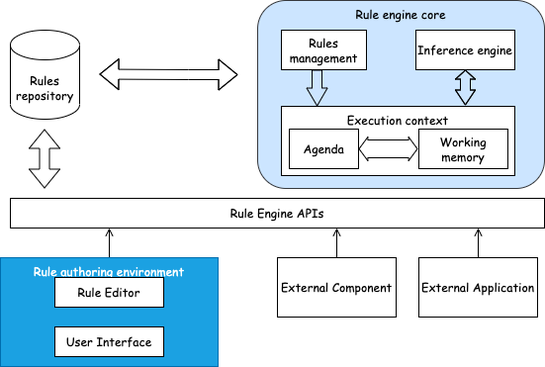
The draw.io diagram ruleEngineArchitecture.drawio.png in TechChaLife/rule, before a commit. Source tidied: cells renumbered, new cells last; positions are measured from the earlier drawing's top-left corner, leaving out a move shared by most shapes. Source of this version:
```xml
<mxGraphModel>
  <root>
    <mxCell id="0" />
    <mxCell id="1" parent="0" />
    <mxCell id="2" value="Rules repository" style="shape=cylinder3;whiteSpace=wrap;html=1;boundedLbl=1;backgroundOutline=1;size=15;fontFamily=Comic Sans MS;" parent="1" vertex="1">
      <mxGeometry x="10" y="30" width="70" height="90" as="geometry" />
    </mxCell>
    <mxCell id="3" style="shape=flexArrow;endArrow=classic;startArrow=classic;html=1;rounded=0;fontFamily=Comic Sans MS;" parent="1" edge="1">
      <mxGeometry relative="1" as="geometry">
        <mxPoint x="100" y="74.5" as="sourcePoint" />
        <mxPoint x="240" y="75" as="targetPoint" />
        <Array as="points">
          <mxPoint x="190" y="75" />
        </Array>
      </mxGeometry>
    </mxCell>
    <mxCell id="4" value="Rule engine core" style="rounded=1;whiteSpace=wrap;html=1;verticalAlign=top;fillColor=#cce5ff;strokeColor=#36393d;fontFamily=Comic Sans MS;" parent="1" vertex="1">
      <mxGeometry x="260" width="290" height="190" as="geometry" />
    </mxCell>
    <mxCell id="5" value="Rules management" style="rounded=0;whiteSpace=wrap;html=1;fontFamily=Comic Sans MS;" parent="1" vertex="1">
      <mxGeometry x="284" y="30" width="86" height="40" as="geometry" />
    </mxCell>
    <mxCell id="6" value="Inference engine" style="rounded=0;whiteSpace=wrap;html=1;fontFamily=Comic Sans MS;" parent="1" vertex="1">
      <mxGeometry x="420" y="30" width="100" height="40" as="geometry" />
    </mxCell>
    <mxCell id="7" value="Execution context" style="rounded=0;whiteSpace=wrap;html=1;verticalAlign=top;fontFamily=Comic Sans MS;" parent="1" vertex="1">
      <mxGeometry x="284" y="107" width="236" height="70" as="geometry" />
    </mxCell>
    <mxCell id="8" value="Agenda" style="rounded=0;whiteSpace=wrap;html=1;fontFamily=Comic Sans MS;" parent="1" vertex="1">
      <mxGeometry x="292" y="130" width="70" height="40" as="geometry" />
    </mxCell>
    <mxCell id="9" value="Working memory" style="rounded=0;whiteSpace=wrap;html=1;fontFamily=Comic Sans MS;" parent="1" vertex="1">
      <mxGeometry x="423" y="130" width="90" height="40" as="geometry" />
    </mxCell>
    <mxCell id="10" style="shape=flexArrow;endArrow=classic;html=1;rounded=0;entryX=0.153;entryY=-0.029;entryDx=0;entryDy=0;entryPerimeter=0;endWidth=10;endSize=5.65;fontFamily=Comic Sans MS;" parent="1" edge="1">
      <mxGeometry relative="1" as="geometry">
        <mxPoint x="320" y="70" as="sourcePoint" />
        <mxPoint x="320.1" y="107" as="targetPoint" />
      </mxGeometry>
    </mxCell>
    <mxCell id="11" style="shape=flexArrow;endArrow=classic;startArrow=classic;html=1;rounded=0;endWidth=9;endSize=2.67;startWidth=9;startSize=4.67;exitX=0.788;exitY=-0.014;exitDx=0;exitDy=0;exitPerimeter=0;fontFamily=Comic Sans MS;" parent="1" edge="1" source="7">
      <mxGeometry relative="1" as="geometry">
        <mxPoint x="470" y="70" as="targetPoint" />
        <Array as="points">
          <mxPoint x="470" y="90" />
        </Array>
      </mxGeometry>
    </mxCell>
    <mxCell id="12" style="shape=flexArrow;endArrow=classic;startArrow=classic;html=1;rounded=0;startWidth=5;startSize=2.63;endWidth=5;endSize=2.63;width=18;fontFamily=Comic Sans MS;" parent="1" edge="1">
      <mxGeometry relative="1" as="geometry">
        <mxPoint x="362" y="150" as="sourcePoint" />
        <mxPoint x="422" y="150" as="targetPoint" />
      </mxGeometry>
    </mxCell>
    <mxCell id="13" value="Rule Engine APIs" style="rounded=0;whiteSpace=wrap;html=1;fontFamily=Comic Sans MS;" parent="1" vertex="1">
      <mxGeometry x="10" y="200" width="540" height="30" as="geometry" />
    </mxCell>
    <mxCell id="14" style="shape=flexArrow;endArrow=classic;startArrow=classic;html=1;rounded=0;fontFamily=Comic Sans MS;" parent="1" edge="1">
      <mxGeometry relative="1" as="geometry">
        <mxPoint x="44.5" y="190" as="sourcePoint" />
        <mxPoint x="44.5" y="130" as="targetPoint" />
      </mxGeometry>
    </mxCell>
    <mxCell id="15" style="edgeStyle=orthogonalEdgeStyle;rounded=0;jettySize=auto;html=1;endArrow=open;endFill=0;fontFamily=Comic Sans MS;" parent="1" edge="1" source="16">
      <mxGeometry relative="1" as="geometry">
        <mxPoint x="110" y="230" as="targetPoint" />
      </mxGeometry>
    </mxCell>
    <mxCell id="16" value="Rule authoring environment" style="rounded=0;whiteSpace=wrap;html=1;verticalAlign=top;fillColor=#1ba1e2;fontColor=#ffffff;strokeColor=#006EAF;fontFamily=Comic Sans MS;" parent="1" vertex="1">
      <mxGeometry y="260" width="220" height="110" as="geometry" />
    </mxCell>
    <mxCell id="17" value="Rule Editor" style="rounded=0;whiteSpace=wrap;html=1;fontFamily=Comic Sans MS;" parent="1" vertex="1">
      <mxGeometry x="55" y="280" width="110" height="30" as="geometry" />
    </mxCell>
    <mxCell id="18" value="User Interface" style="rounded=0;whiteSpace=wrap;html=1;fontFamily=Comic Sans MS;" parent="1" vertex="1">
      <mxGeometry x="55" y="330" width="110" height="30" as="geometry" />
    </mxCell>
    <mxCell id="19" style="edgeStyle=orthogonalEdgeStyle;rounded=0;jettySize=auto;html=1;endArrow=open;endFill=0;fontFamily=Comic Sans MS;" parent="1" edge="1" source="20">
      <mxGeometry relative="1" as="geometry">
        <mxPoint x="340" y="230" as="targetPoint" />
      </mxGeometry>
    </mxCell>
    <mxCell id="20" value="External Component" style="rounded=0;whiteSpace=wrap;html=1;fontFamily=Comic Sans MS;" parent="1" vertex="1">
      <mxGeometry x="280" y="260" width="120" height="60" as="geometry" />
    </mxCell>
    <mxCell id="21" style="edgeStyle=orthogonalEdgeStyle;rounded=0;jettySize=auto;html=1;endArrow=open;endFill=0;entryX=0.876;entryY=1;entryDx=0;entryDy=0;entryPerimeter=0;fontFamily=Comic Sans MS;" parent="1" edge="1" source="22" target="13">
      <mxGeometry relative="1" as="geometry" />
    </mxCell>
    <mxCell id="22" value="External Application" style="rounded=0;whiteSpace=wrap;html=1;fontFamily=Comic Sans MS;" parent="1" vertex="1">
      <mxGeometry x="423" y="260" width="120" height="60" as="geometry" />
    </mxCell>
  </root>
</mxGraphModel>
```
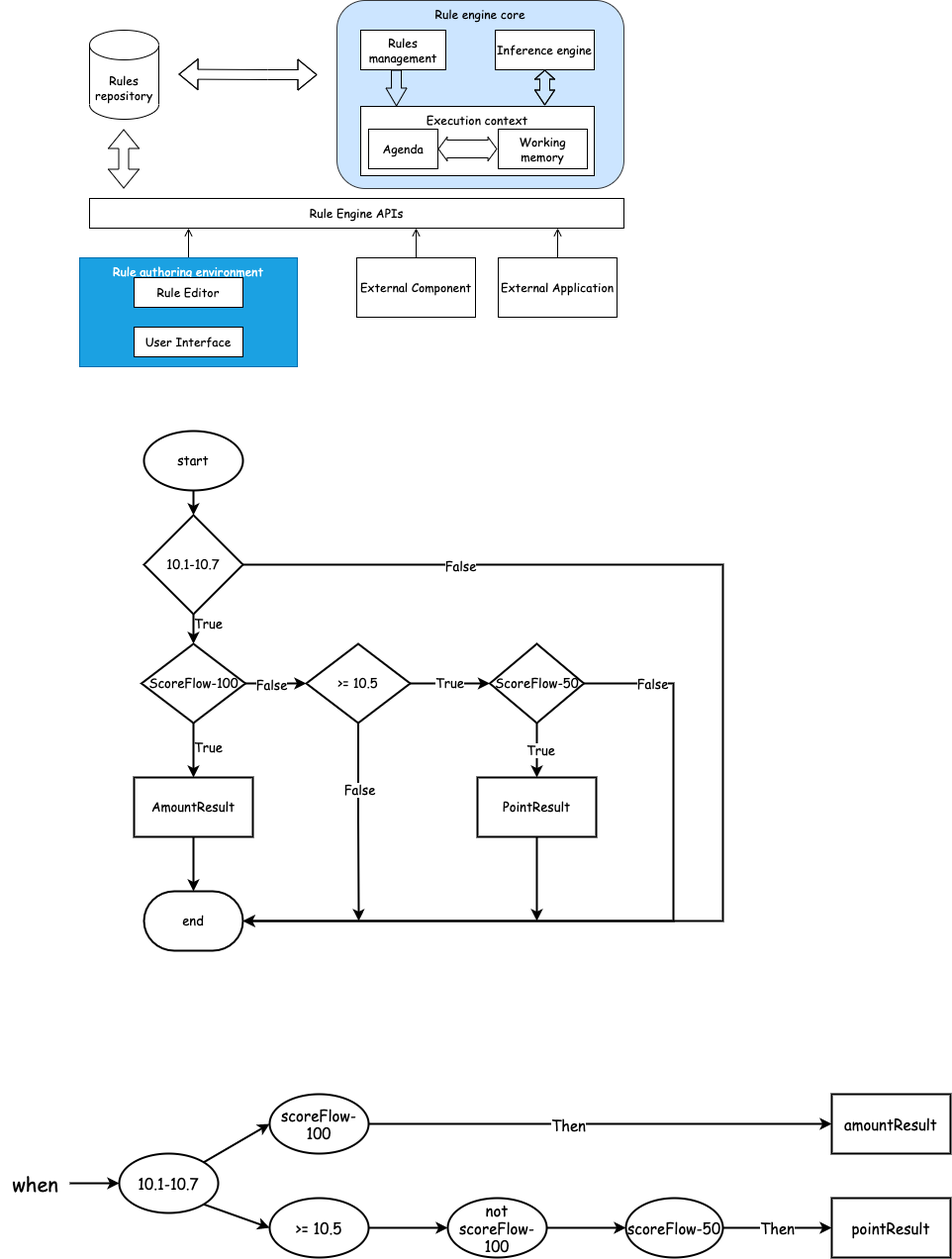
Above is the later version.

Change to the diagram source:
```diff
@@ -89,5 +89,157 @@
     <mxCell id="22" value="External Application" style="rounded=0;whiteSpace=wrap;html=1;fontFamily=Comic Sans MS;" parent="1" vertex="1">
       <mxGeometry x="423" y="260" width="120" height="60" as="geometry" />
     </mxCell>
+    <mxCell id="23" style="edgeStyle=orthogonalEdgeStyle;rounded=0;jettySize=auto;html=1;strokeWidth=2;fontFamily=Comic Sans MS;fontSize=13;fontStyle=0;" parent="1" edge="1" source="24" target="43">
+      <mxGeometry relative="1" as="geometry" />
+    </mxCell>
+    <mxCell id="24" value="start" style="strokeWidth=2;html=1;shape=mxgraph.flowchart.start_1;whiteSpace=wrap;fontFamily=Comic Sans MS;fontSize=13;fontStyle=0;" parent="1" vertex="1">
+      <mxGeometry x="65" y="435" width="100" height="60" as="geometry" />
+    </mxCell>
+    <mxCell id="25" style="edgeStyle=orthogonalEdgeStyle;rounded=0;jettySize=auto;html=1;fontFamily=Comic Sans MS;strokeWidth=2;fontSize=13;fontStyle=0;" parent="1" edge="1" source="28" target="30">
+      <mxGeometry relative="1" as="geometry" />
+    </mxCell>
+    <mxCell id="26" style="edgeStyle=orthogonalEdgeStyle;rounded=0;jettySize=auto;html=1;strokeWidth=2;fontFamily=Comic Sans MS;fontSize=13;fontStyle=0;" parent="1" edge="1" source="28" target="48">
+      <mxGeometry relative="1" as="geometry" />
+    </mxCell>
+    <mxCell id="27" value="False" style="edgeLabel;html=1;align=center;verticalAlign=middle;fontFamily=Comic Sans MS;fontSize=13;fontStyle=0;" parent="26" vertex="1">
+      <mxGeometry x="-0.18" relative="1" as="geometry">
+        <mxPoint x="1" y="1" as="offset" />
+      </mxGeometry>
+    </mxCell>
+    <mxCell id="28" value="ScoreFlow-100" style="rhombus;whiteSpace=wrap;html=1;fontFamily=Comic Sans MS;strokeWidth=2;fontSize=13;fontStyle=0;" parent="1" vertex="1">
+      <mxGeometry x="62.5" y="650" width="105" height="80" as="geometry" />
+    </mxCell>
+    <mxCell id="29" style="edgeStyle=orthogonalEdgeStyle;rounded=0;jettySize=auto;html=1;strokeWidth=2;fontFamily=Comic Sans MS;fontSize=13;fontStyle=0;" parent="1" edge="1" source="30" target="32">
+      <mxGeometry relative="1" as="geometry" />
+    </mxCell>
+    <mxCell id="30" value="AmountResult" style="whiteSpace=wrap;html=1;fontFamily=Comic Sans MS;strokeWidth=2;fontSize=13;fontStyle=0;" parent="1" vertex="1">
+      <mxGeometry x="55" y="785" width="120" height="60" as="geometry" />
+    </mxCell>
+    <mxCell id="31" value="True" style="text;html=1;align=center;verticalAlign=middle;strokeColor=none;fillColor=none;fontFamily=Comic Sans MS;fontSize=13;fontStyle=0;" parent="1" vertex="1">
+      <mxGeometry x="105" y="740" width="50" height="30" as="geometry" />
+    </mxCell>
+    <mxCell id="32" value="end" style="strokeWidth=2;html=1;shape=mxgraph.flowchart.terminator;whiteSpace=wrap;fontFamily=Comic Sans MS;fontSize=13;fontStyle=0;" parent="1" vertex="1">
+      <mxGeometry x="65" y="900" width="100" height="60" as="geometry" />
+    </mxCell>
+    <mxCell id="33" style="edgeStyle=orthogonalEdgeStyle;rounded=0;jettySize=auto;html=1;exitX=1;exitY=0.5;exitDx=0;exitDy=0;entryX=1;entryY=0.5;entryDx=0;entryDy=0;entryPerimeter=0;strokeWidth=2;fontFamily=Comic Sans MS;fontSize=13;fontStyle=0;" parent="1" edge="1" source="37" target="32">
+      <mxGeometry relative="1" as="geometry">
+        <Array as="points">
+          <mxPoint x="600" y="690" />
+          <mxPoint x="600" y="930" />
+        </Array>
+      </mxGeometry>
+    </mxCell>
+    <mxCell id="34" value="False" style="edgeLabel;html=1;align=center;verticalAlign=middle;fontFamily=Comic Sans MS;fontSize=13;fontStyle=0;" parent="33" vertex="1">
+      <mxGeometry x="-0.82" y="1" relative="1" as="geometry">
+        <mxPoint y="1" as="offset" />
+      </mxGeometry>
+    </mxCell>
+    <mxCell id="35" style="edgeStyle=orthogonalEdgeStyle;rounded=0;jettySize=auto;html=1;strokeWidth=2;fontFamily=Comic Sans MS;fontSize=13;fontStyle=0;" parent="1" edge="1" source="37" target="39">
+      <mxGeometry relative="1" as="geometry" />
+    </mxCell>
+    <mxCell id="36" value="True" style="edgeLabel;html=1;align=center;verticalAlign=middle;fontFamily=Comic Sans MS;fontSize=13;fontStyle=0;" parent="35" vertex="1">
+      <mxGeometry x="-0.04" y="3" relative="1" as="geometry">
+        <mxPoint y="1" as="offset" />
+      </mxGeometry>
+    </mxCell>
+    <mxCell id="37" value="ScoreFlow-50" style="rhombus;whiteSpace=wrap;html=1;fontFamily=Comic Sans MS;strokeWidth=2;fontSize=13;fontStyle=0;" parent="1" vertex="1">
+      <mxGeometry x="414.5" y="650" width="95" height="80" as="geometry" />
+    </mxCell>
+    <mxCell id="38" style="edgeStyle=orthogonalEdgeStyle;rounded=0;jettySize=auto;html=1;exitX=0.5;exitY=1;exitDx=0;exitDy=0;strokeWidth=2;fontFamily=Comic Sans MS;fontSize=13;fontStyle=0;" parent="1" edge="1" source="39">
+      <mxGeometry relative="1" as="geometry">
+        <mxPoint x="462" y="930" as="targetPoint" />
+      </mxGeometry>
+    </mxCell>
+    <mxCell id="39" value="PointResult" style="whiteSpace=wrap;html=1;fontFamily=Comic Sans MS;strokeWidth=2;fontSize=13;fontStyle=0;" parent="1" vertex="1">
+      <mxGeometry x="402" y="785" width="120" height="60" as="geometry" />
+    </mxCell>
+    <mxCell id="40" style="edgeStyle=orthogonalEdgeStyle;rounded=0;jettySize=auto;html=1;strokeWidth=2;fontFamily=Comic Sans MS;fontSize=13;fontStyle=0;" parent="1" edge="1" source="43" target="28">
+      <mxGeometry relative="1" as="geometry" />
+    </mxCell>
+    <mxCell id="41" style="edgeStyle=orthogonalEdgeStyle;rounded=0;jettySize=auto;html=1;exitX=1;exitY=0.5;exitDx=0;exitDy=0;exitPerimeter=0;entryX=1;entryY=0.5;entryDx=0;entryDy=0;entryPerimeter=0;strokeWidth=2;fontFamily=Comic Sans MS;fontSize=13;fontStyle=0;" parent="1" edge="1" source="43" target="32">
+      <mxGeometry relative="1" as="geometry">
+        <Array as="points">
+          <mxPoint x="650" y="570" />
+          <mxPoint x="650" y="930" />
+        </Array>
+      </mxGeometry>
+    </mxCell>
+    <mxCell id="42" value="False" style="edgeLabel;html=1;align=center;verticalAlign=middle;fontFamily=Comic Sans MS;fontSize=13;fontStyle=0;" parent="41" vertex="1">
+      <mxGeometry x="-0.67" relative="1" as="geometry">
+        <mxPoint y="1" as="offset" />
+      </mxGeometry>
+    </mxCell>
+    <mxCell id="43" value="10.1-10.7" style="strokeWidth=2;html=1;shape=mxgraph.flowchart.decision;whiteSpace=wrap;fontFamily=Comic Sans MS;fontSize=13;fontStyle=0;" parent="1" vertex="1">
+      <mxGeometry x="65" y="520" width="100" height="100" as="geometry" />
+    </mxCell>
+    <mxCell id="44" value="True" style="text;html=1;align=center;verticalAlign=middle;strokeColor=none;fillColor=none;fontFamily=Comic Sans MS;fontSize=13;fontStyle=0;" parent="1" vertex="1">
+      <mxGeometry x="105" y="615" width="50" height="30" as="geometry" />
+    </mxCell>
+    <mxCell id="45" value="True" style="edgeStyle=orthogonalEdgeStyle;rounded=0;jettySize=auto;html=1;strokeWidth=2;fontFamily=Comic Sans MS;fontSize=13;fontStyle=0;" parent="1" edge="1" source="48" target="37">
+      <mxGeometry relative="1" as="geometry" />
+    </mxCell>
+    <mxCell id="46" style="edgeStyle=orthogonalEdgeStyle;rounded=0;jettySize=auto;html=1;exitX=0.5;exitY=1;exitDx=0;exitDy=0;strokeWidth=2;fontFamily=Comic Sans MS;fontSize=13;fontStyle=0;" parent="1" edge="1" source="48">
+      <mxGeometry relative="1" as="geometry">
+        <mxPoint x="282" y="930" as="targetPoint" />
+      </mxGeometry>
+    </mxCell>
+    <mxCell id="47" value="False" style="edgeLabel;html=1;align=center;verticalAlign=middle;fontFamily=Comic Sans MS;fontSize=13;fontStyle=0;" parent="46" vertex="1">
+      <mxGeometry x="-0.34" y="1" relative="1" as="geometry">
+        <mxPoint y="1" as="offset" />
+      </mxGeometry>
+    </mxCell>
+    <mxCell id="48" value="&amp;gt;= 10.5" style="rhombus;whiteSpace=wrap;html=1;fontFamily=Comic Sans MS;strokeWidth=2;fontSize=13;fontStyle=0;" parent="1" vertex="1">
+      <mxGeometry x="229" y="650" width="105" height="80" as="geometry" />
+    </mxCell>
+    <mxCell id="49" style="edgeStyle=orthogonalEdgeStyle;rounded=0;jettySize=auto;html=1;strokeWidth=2;fontFamily=Comic Sans MS;fontSize=15;" parent="1" edge="1" source="50" target="53">
+      <mxGeometry relative="1" as="geometry" />
+    </mxCell>
+    <mxCell id="50" value="&lt;font style=&quot;font-size: 20px;&quot;&gt;when&lt;/font&gt;" style="text;html=1;align=center;verticalAlign=middle;points=[];strokeColor=none;fillColor=none;fontSize=15;fontFamily=Comic Sans MS;" parent="1" vertex="1">
+      <mxGeometry x="-80" y="1175" width="70" height="40" as="geometry" />
+    </mxCell>
+    <mxCell id="51" style="rounded=0;jettySize=auto;html=1;exitX=0.855;exitY=0.145;exitDx=0;exitDy=0;exitPerimeter=0;strokeWidth=2;fontFamily=Comic Sans MS;fontSize=15;entryX=0;entryY=0.5;entryDx=0;entryDy=0;entryPerimeter=0;" parent="1" edge="1" source="53" target="56">
+      <mxGeometry relative="1" as="geometry" />
+    </mxCell>
+    <mxCell id="52" style="edgeStyle=none;rounded=0;jettySize=auto;html=1;exitX=0.855;exitY=0.855;exitDx=0;exitDy=0;exitPerimeter=0;strokeWidth=2;fontFamily=Comic Sans MS;fontSize=15;entryX=0;entryY=0.5;entryDx=0;entryDy=0;entryPerimeter=0;" parent="1" edge="1" source="53" target="59">
+      <mxGeometry relative="1" as="geometry" />
+    </mxCell>
+    <mxCell id="53" value="10.1-10.7" style="strokeWidth=2;html=1;shape=mxgraph.flowchart.start_1;whiteSpace=wrap;fontFamily=Comic Sans MS;fontSize=15;" parent="1" vertex="1">
+      <mxGeometry x="40" y="1165" width="100" height="60" as="geometry" />
+    </mxCell>
+    <mxCell id="54" style="edgeStyle=none;rounded=0;jettySize=auto;html=1;strokeWidth=2;fontFamily=Comic Sans MS;fontSize=15;" parent="1" edge="1" source="56" target="57">
+      <mxGeometry relative="1" as="geometry" />
+    </mxCell>
+    <mxCell id="55" value="Then" style="edgeLabel;html=1;align=center;verticalAlign=middle;fontSize=15;fontFamily=Comic Sans MS;" parent="54" vertex="1">
+      <mxGeometry x="-0.14" y="1" relative="1" as="geometry">
+        <mxPoint y="1" as="offset" />
+      </mxGeometry>
+    </mxCell>
+    <mxCell id="56" value="scoreFlow-100" style="strokeWidth=2;html=1;shape=mxgraph.flowchart.start_1;whiteSpace=wrap;fontFamily=Comic Sans MS;fontSize=15;" parent="1" vertex="1">
+      <mxGeometry x="192" y="1105" width="100" height="60" as="geometry" />
+    </mxCell>
+    <mxCell id="57" value="amountResult" style="whiteSpace=wrap;html=1;fontSize=15;fontFamily=Comic Sans MS;strokeWidth=2;" parent="1" vertex="1">
+      <mxGeometry x="760" y="1105" width="120" height="60" as="geometry" />
+    </mxCell>
+    <mxCell id="58" style="edgeStyle=none;rounded=0;jettySize=auto;html=1;strokeWidth=2;fontFamily=Comic Sans MS;fontSize=15;" parent="1" edge="1" source="59" target="61">
+      <mxGeometry relative="1" as="geometry" />
+    </mxCell>
+    <mxCell id="59" value="&amp;gt;= 10.5" style="strokeWidth=2;html=1;shape=mxgraph.flowchart.start_1;whiteSpace=wrap;fontFamily=Comic Sans MS;fontSize=15;" parent="1" vertex="1">
+      <mxGeometry x="192" y="1210" width="100" height="60" as="geometry" />
+    </mxCell>
+    <mxCell id="60" style="edgeStyle=none;rounded=0;jettySize=auto;html=1;strokeWidth=2;fontFamily=Comic Sans MS;fontSize=15;" parent="1" edge="1" source="61" target="63">
+      <mxGeometry relative="1" as="geometry" />
+    </mxCell>
+    <mxCell id="61" value="not scoreFlow-100" style="strokeWidth=2;html=1;shape=mxgraph.flowchart.start_1;whiteSpace=wrap;fontFamily=Comic Sans MS;fontSize=15;" parent="1" vertex="1">
+      <mxGeometry x="372" y="1210" width="100" height="60" as="geometry" />
+    </mxCell>
+    <mxCell id="62" value="Then" style="edgeStyle=none;rounded=0;jettySize=auto;html=1;strokeWidth=2;fontFamily=Comic Sans MS;fontSize=15;" parent="1" edge="1" source="63" target="64">
+      <mxGeometry relative="1" as="geometry" />
+    </mxCell>
+    <mxCell id="63" value="scoreFlow-50" style="strokeWidth=2;html=1;shape=mxgraph.flowchart.start_1;whiteSpace=wrap;fontFamily=Comic Sans MS;fontSize=15;" parent="1" vertex="1">
+      <mxGeometry x="552" y="1210" width="98" height="60" as="geometry" />
+    </mxCell>
+    <mxCell id="64" value="pointResult" style="whiteSpace=wrap;html=1;fontSize=15;fontFamily=Comic Sans MS;strokeWidth=2;" parent="1" vertex="1">
+      <mxGeometry x="760" y="1210" width="120" height="60" as="geometry" />
+    </mxCell>
   </root>
 </mxGraphModel>
```
